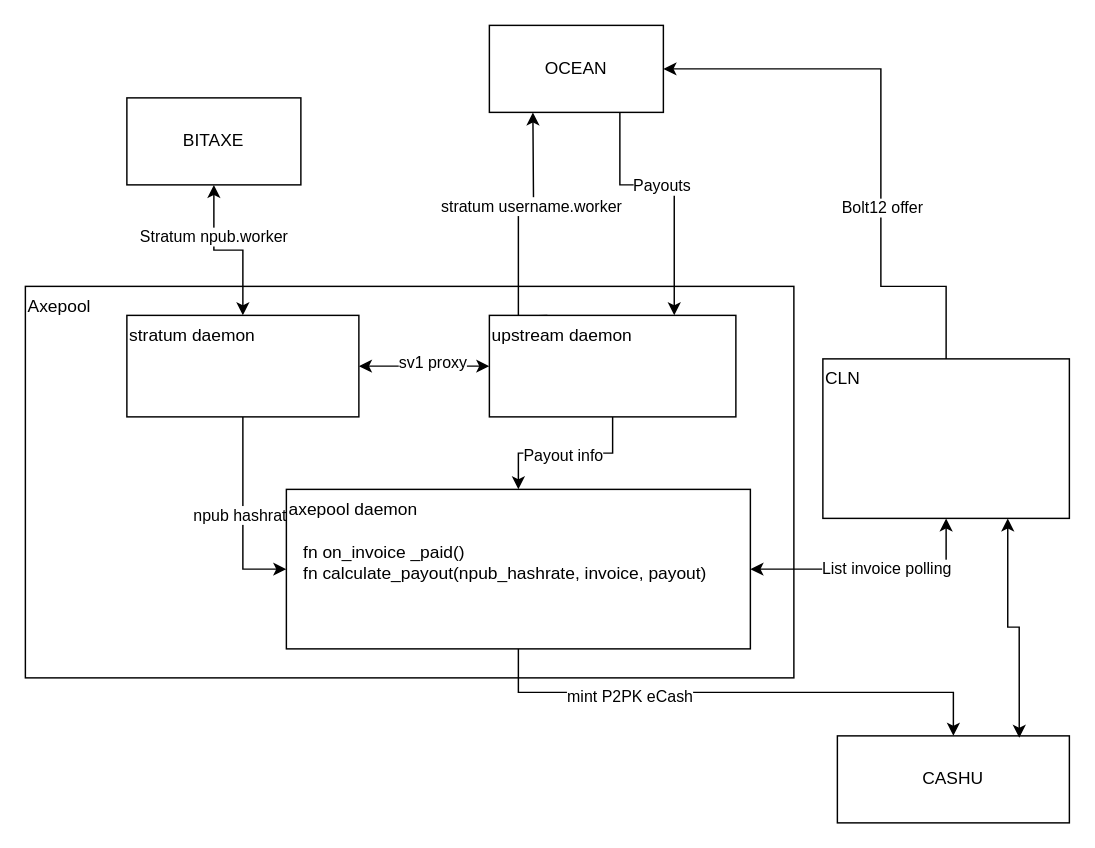
This is audit-hash.drawio from average-gary/diagrams, a draw.io file, before an edit. Source tidied: cells renumbered, new cells numbered last; positions are measured from the earlier drawing's top-left corner, leaving out a move shared by most shapes. Both pictures are drawn from the tidied source at 145%, with x=0, y=0 at pixel (25, 25).
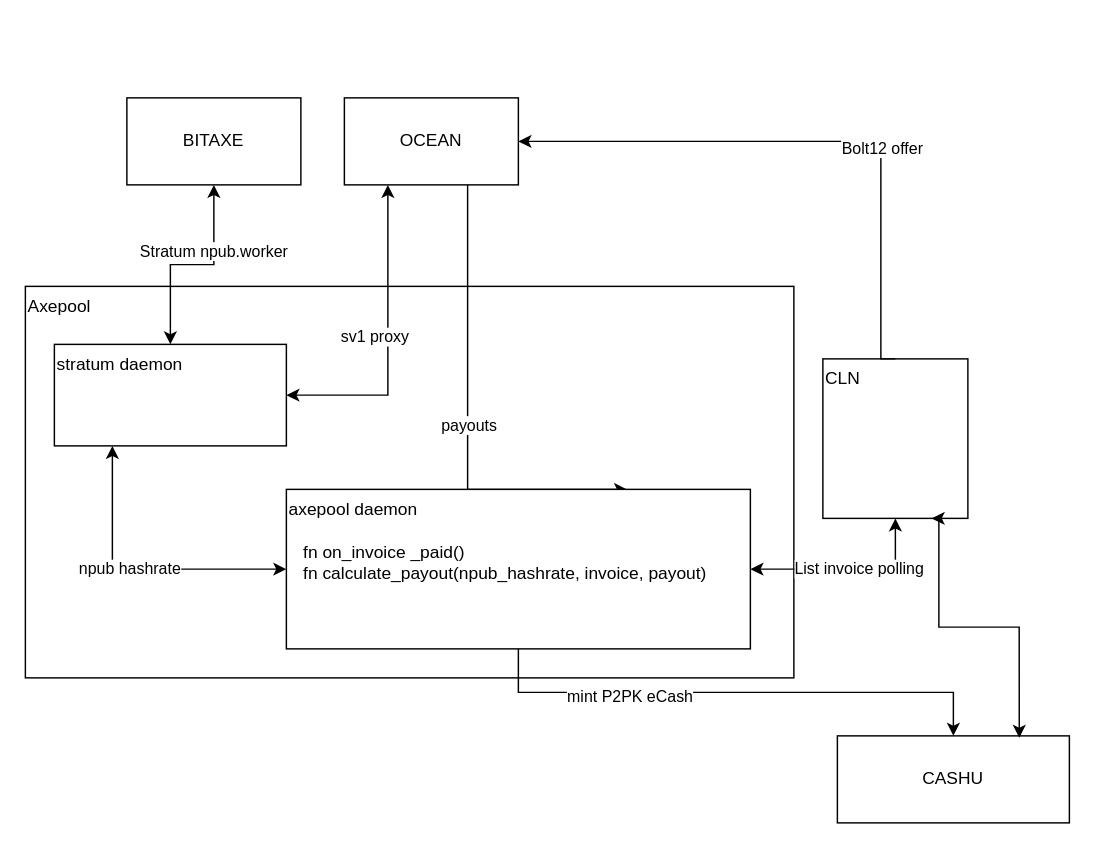
The same page after the edit.

Unchanged cells that the change refers to:
```xml
<mxCell id="27" value="CASHU" style="rounded=0;whiteSpace=wrap;html=1;" parent="1" vertex="1">
  <mxGeometry x="560" y="490" width="160" height="60" as="geometry" />
</mxCell>
<mxCell id="29" value="axepool daemon" style="rounded=0;whiteSpace=wrap;html=1;align=left;verticalAlign=top;" parent="28" vertex="1">
  <mxGeometry width="320" height="110" as="geometry" />
</mxCell>
```

Change to the diagram source:
```diff
@@
-    <mxCell id="3" style="edgeStyle=orthogonalEdgeStyle;rounded=0;jettySize=auto;html=1;exitX=1;exitY=0.5;exitDx=0;exitDy=0;entryX=0;entryY=0.5;entryDx=0;entryDy=0;startArrow=classic;startFill=1;endArrow=classic;endFill=1;" parent="1" edge="1" source="9" target="16">
+    <mxCell id="3" style="edgeStyle=orthogonalEdgeStyle;rounded=0;jettySize=auto;html=1;exitX=1;exitY=0.5;exitDx=0;exitDy=0;entryX=0.25;entryY=1;entryDx=0;entryDy=0;startArrow=classic;startFill=1;endArrow=classic;endFill=1;" parent="1" edge="1" source="9" target="23">
       <mxGeometry relative="1" as="geometry" />
     </mxCell>
     <mxCell id="4" value="sv1 proxy" style="edgeLabel;html=1;align=center;verticalAlign=middle;" parent="3" vertex="1">
-      <mxGeometry x="0.12" y="3" relative="1" as="geometry" />
+      <mxGeometry x="0.12" y="3" relative="1" as="geometry">
+        <mxPoint x="-7" y="9" as="offset" />
+      </mxGeometry>
     </mxCell>
@@
-    <mxCell id="7" style="edgeStyle=orthogonalEdgeStyle;rounded=0;jettySize=auto;html=1;exitX=0.5;exitY=1;exitDx=0;exitDy=0;entryX=0;entryY=0.5;entryDx=0;entryDy=0;" parent="1" edge="1" source="9" target="29">
+    <mxCell id="7" style="edgeStyle=orthogonalEdgeStyle;rounded=0;jettySize=auto;html=1;exitX=0.25;exitY=1;exitDx=0;exitDy=0;entryX=0;entryY=0.5;entryDx=0;entryDy=0;startArrow=classic;startFill=1;" parent="1" edge="1" source="9" target="29">
       <mxGeometry relative="1" as="geometry" />
     </mxCell>
     <mxCell id="8" value="npub hashrate" style="edgeLabel;html=1;align=center;verticalAlign=middle;" parent="7" vertex="1">
-      <mxGeometry x="-0.01" relative="1" as="geometry" />
+      <mxGeometry x="-0.01" relative="1" as="geometry">
+        <mxPoint x="-5" y="-1" as="offset" />
+      </mxGeometry>
     </mxCell>
     <mxCell id="9" value="stratum daemon" style="rounded=0;whiteSpace=wrap;html=1;align=left;verticalAlign=top;" parent="1" vertex="1">
-      <mxGeometry x="70" y="200" width="160" height="70" as="geometry" />
+      <mxGeometry x="20" y="220" width="160" height="70" as="geometry" />
     </mxCell>
-    <mxCell id="10" style="edgeStyle=orthogonalEdgeStyle;rounded=0;orthogonalLoop=1;jettySize=auto;html=1;exitX=0.5;exitY=0;exitDx=0;exitDy=0;entryX=0.5;entryY=1;entryDx=0;entryDy=0;" parent="1" edge="1">
-      <mxGeometry relative="1" as="geometry">
-        <mxPoint x="360" y="200" as="sourcePoint" />
-        <mxPoint x="350" y="60" as="targetPoint" />
-      </mxGeometry>
-    </mxCell>
-    <mxCell id="11" value="stratum username.worker" style="edgeLabel;html=1;align=center;verticalAlign=middle;" parent="10" vertex="1">
-      <mxGeometry x="0.25" y="2" relative="1" as="geometry" />
-    </mxCell>
-    <mxCell id="12" style="edgeStyle=orthogonalEdgeStyle;rounded=0;jettySize=auto;html=1;exitX=0.75;exitY=0;exitDx=0;exitDy=0;entryX=0.75;entryY=1;entryDx=0;entryDy=0;startArrow=classic;startFill=1;endArrow=none;" parent="1" edge="1" source="16" target="23">
-      <mxGeometry relative="1" as="geometry">
-        <Array as="points">
-          <mxPoint x="448" y="110" />
-          <mxPoint x="410" y="110" />
-        </Array>
-      </mxGeometry>
-    </mxCell>
-    <mxCell id="13" value="Payouts" style="edgeLabel;html=1;align=center;verticalAlign=middle;" parent="12" vertex="1">
-      <mxGeometry x="0.12" relative="1" as="geometry" />
-    </mxCell>
-    <mxCell id="14" style="edgeStyle=orthogonalEdgeStyle;rounded=0;jettySize=auto;html=1;exitX=0.5;exitY=1;exitDx=0;exitDy=0;entryX=0.5;entryY=0;entryDx=0;entryDy=0;" parent="1" edge="1" source="16" target="29">
-      <mxGeometry relative="1" as="geometry" />
-    </mxCell>
-    <mxCell id="15" value="Payout info" style="edgeLabel;html=1;align=center;verticalAlign=middle;" parent="14" vertex="1">
-      <mxGeometry x="0.04" y="1" relative="1" as="geometry" />
-    </mxCell>
-    <mxCell id="16" value="upstream daemon" style="rounded=0;whiteSpace=wrap;html=1;verticalAlign=top;align=left;" parent="1" vertex="1">
-      <mxGeometry x="320" y="200" width="170" height="70" as="geometry" />
-    </mxCell>
@@
     <mxCell id="21" style="group;" parent="1" vertex="1">
-      <mxGeometry x="550" y="230" width="170" height="110" as="geometry" />
+      <mxGeometry x="550" y="230" width="100" height="110" as="geometry" />
     </mxCell>
     <mxCell id="22" value="CLN &amp;nbsp;" style="rounded=0;whiteSpace=wrap;html=1;align=left;verticalAlign=top;" parent="21" vertex="1">
-      <mxGeometry width="170" height="110" as="geometry" />
+      <mxGeometry width="100" height="110" as="geometry" />
     </mxCell>
+    <mxCell id="32" style="edgeStyle=orthogonalEdgeStyle;rounded=0;orthogonalLoop=1;jettySize=auto;html=1;exitX=0.75;exitY=1;exitDx=0;exitDy=0;entryX=0.75;entryY=0;entryDx=0;entryDy=0;" parent="1" edge="1">
+      <mxGeometry relative="1" as="geometry">
+        <mxPoint x="305" y="110" as="sourcePoint" />
+        <mxPoint x="415" y="320" as="targetPoint" />
+        <Array as="points">
+          <mxPoint x="305" y="320" />
+        </Array>
+      </mxGeometry>
+    </mxCell>
+    <mxCell id="33" value="payouts" style="edgeLabel;html=1;align=center;verticalAlign=middle;" parent="32" vertex="1">
+      <mxGeometry x="-0.38" y="-2" relative="1" as="geometry">
+        <mxPoint x="2" y="66" as="offset" />
+      </mxGeometry>
+    </mxCell>
     <mxCell id="23" value="OCEAN" style="rounded=0;whiteSpace=wrap;html=1;" parent="1" vertex="1">
-      <mxGeometry x="320" width="120" height="60" as="geometry" />
+      <mxGeometry x="220" y="50" width="120" height="60" as="geometry" />
     </mxCell>
     <mxCell id="24" style="edgeStyle=orthogonalEdgeStyle;rounded=0;jettySize=auto;html=1;exitX=0.5;exitY=0;exitDx=0;exitDy=0;entryX=1;entryY=0.5;entryDx=0;entryDy=0;" parent="1" edge="1" source="22" target="23">
       <mxGeometry relative="1" as="geometry">
         <Array as="points">
-          <mxPoint x="590" y="180" />
-          <mxPoint x="590" y="30" />
+          <mxPoint x="590" y="230" />
+          <mxPoint x="590" y="80" />
         </Array>
       </mxGeometry>
     </mxCell>
@@
     <mxCell id="31" style="edgeStyle=orthogonalEdgeStyle;rounded=0;jettySize=auto;html=1;exitX=0.75;exitY=1;exitDx=0;exitDy=0;entryX=0.784;entryY=0.023;entryDx=0;entryDy=0;entryPerimeter=0;startArrow=classic;startFill=1;" parent="1" edge="1" source="22" target="27">
       <mxGeometry relative="1" as="geometry">
         <Array as="points">
-          <mxPoint x="677" y="415" />
+          <mxPoint x="630" y="340" />
+          <mxPoint x="630" y="415" />
           <mxPoint x="685" y="415" />
         </Array>
       </mxGeometry>
     </mxCell>
```
